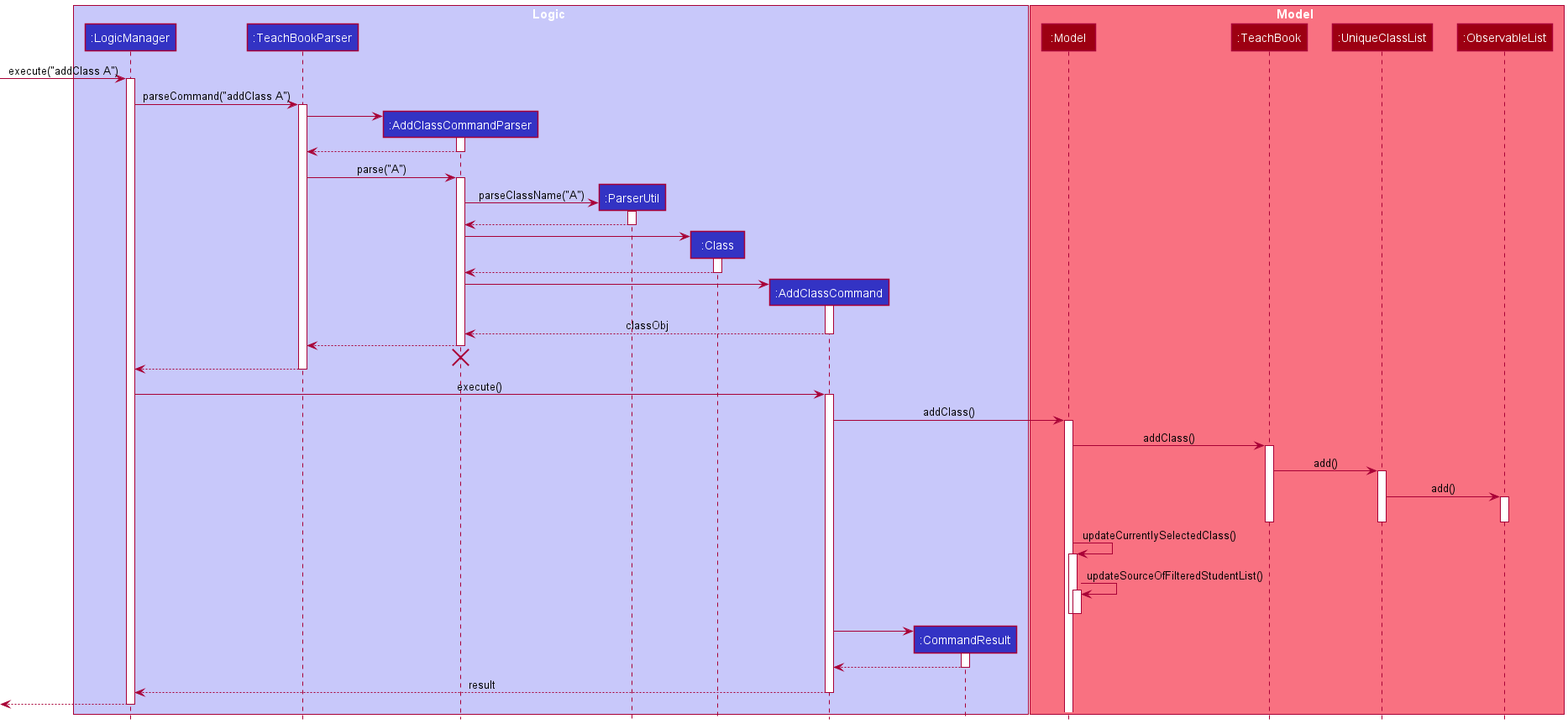
yulonglim/tp keeps this PlantUML diagram as docs/images/AddClassSequenceDiagram.png. Above is the earlier version. Its diagram source:
```plantuml
@startuml
!include style.puml

box Logic LOGIC_COLOR_T1
participant ":LogicManager" as LogicManager LOGIC_COLOR
participant ":TeachBookParser" as TeachBookParser LOGIC_COLOR
participant ":AddClassCommandParser" as AddClassCommandParser LOGIC_COLOR
participant ":ParserUtil" as ParserUtil LOGIC_COLOR
participant ":Class" as Class LOGIC_COLOR
participant ":AddClassCommand" as AddClassCommand LOGIC_COLOR
participant ":CommandResult" as CommandResult LOGIC_COLOR
end box

box Model MODEL_COLOR_T1
participant ":Model" as Model MODEL_COLOR
participant ":TeachBook" as TeachBook MODEL_COLOR
participant ":UniqueClassList" as UniqueClassList MODEL_COLOR
participant ":ObservableList" as ObservableList MODEL_COLOR
end box



[-> LogicManager : execute("addClass A")
activate LogicManager

LogicManager -> TeachBookParser : parseCommand("addClass A")
activate TeachBookParser

create AddClassCommandParser
TeachBookParser -> AddClassCommandParser
activate AddClassCommandParser

AddClassCommandParser --> TeachBookParser
deactivate AddClassCommandParser

TeachBookParser -> AddClassCommandParser : parse("A")
activate AddClassCommandParser

create ParserUtil
AddClassCommandParser -> ParserUtil : parseClassName("A")
activate ParserUtil

ParserUtil --> AddClassCommandParser
deactivate ParserUtil

create Class
AddClassCommandParser -> Class
activate Class

Class --> AddClassCommandParser
deactivate Class

create AddClassCommand
AddClassCommandParser -> AddClassCommand
activate AddClassCommand

AddClassCommand --> AddClassCommandParser : classObj
deactivate AddClassCommand

AddClassCommandParser --> TeachBookParser :
deactivate AddClassCommandParser
AddClassCommandParser -[hidden]-> TeachBookParser
destroy AddClassCommandParser

TeachBookParser --> LogicManager :
deactivate TeachBookParser

LogicManager -> AddClassCommand : execute()
activate AddClassCommand

AddClassCommand -> Model : addClass()
activate Model

Model -> TeachBook : addClass()
activate TeachBook

TeachBook -> UniqueClassList : add()
activate UniqueClassList

UniqueClassList -> ObservableList : add()
activate ObservableList
deactivate ObservableList

deactivate UniqueClassList
deactivate TeachBook

Model -> Model : updateCurrentlySelectedClass()
activate Model
Model -> Model : updateSourceOfFilteredStudentList()
activate Model
deactivate Model
deactivate Model

create CommandResult
AddClassCommand -> CommandResult
activate CommandResult

CommandResult --> AddClassCommand
deactivate CommandResult

AddClassCommand --> LogicManager : result
deactivate AddClassCommand

[<--LogicManager
deactivate LogicManager
@enduml
```
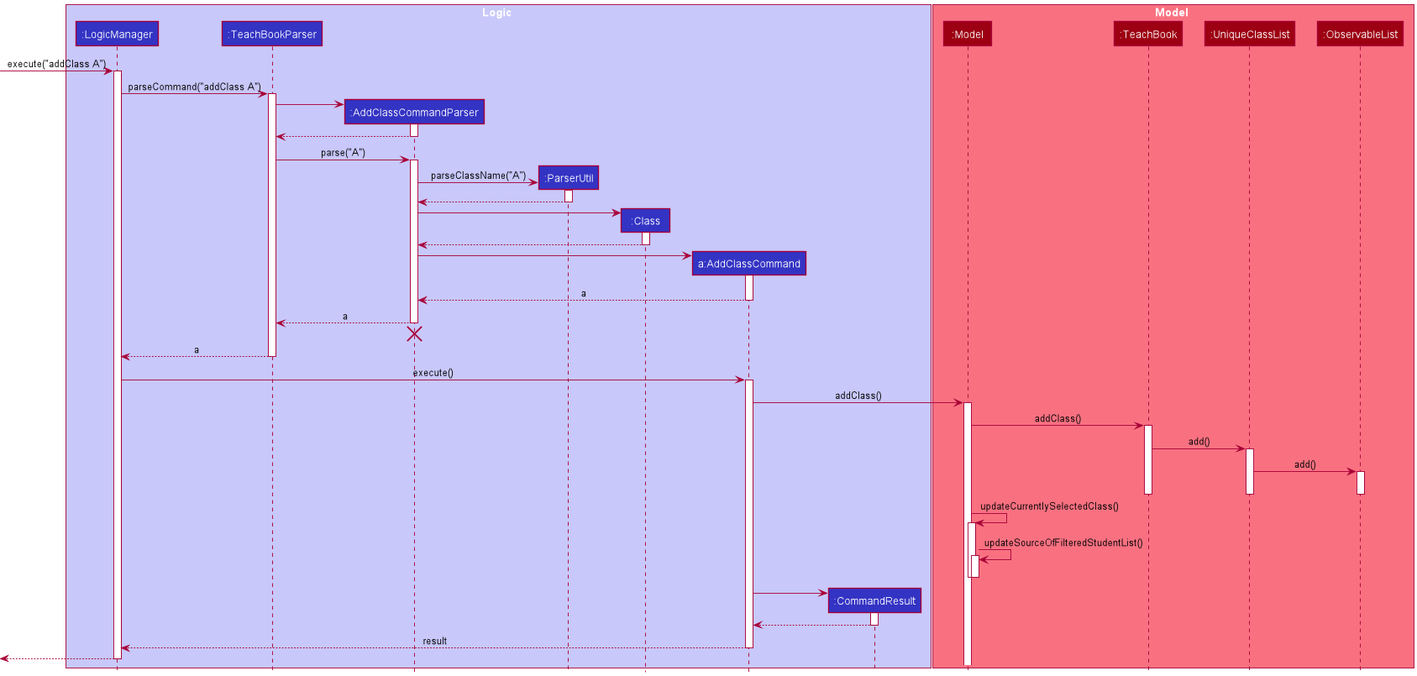
Later version of the same file.

The edit, as a diff of the source:
```diff
@@ -7,7 +7,7 @@
 participant ":AddClassCommandParser" as AddClassCommandParser LOGIC_COLOR
 participant ":ParserUtil" as ParserUtil LOGIC_COLOR
 participant ":Class" as Class LOGIC_COLOR
-participant ":AddClassCommand" as AddClassCommand LOGIC_COLOR
+participant "a:AddClassCommand" as AddClassCommand LOGIC_COLOR
 participant ":CommandResult" as CommandResult LOGIC_COLOR
 end box
 
@@ -54,15 +54,15 @@
 AddClassCommandParser -> AddClassCommand
 activate AddClassCommand
 
-AddClassCommand --> AddClassCommandParser : classObj
+AddClassCommand --> AddClassCommandParser : a
 deactivate AddClassCommand
 
-AddClassCommandParser --> TeachBookParser :
+AddClassCommandParser --> TeachBookParser : a
 deactivate AddClassCommandParser
 AddClassCommandParser -[hidden]-> TeachBookParser
 destroy AddClassCommandParser
 
-TeachBookParser --> LogicManager :
+TeachBookParser --> LogicManager : a
 deactivate TeachBookParser
 
 LogicManager -> AddClassCommand : execute()
```
